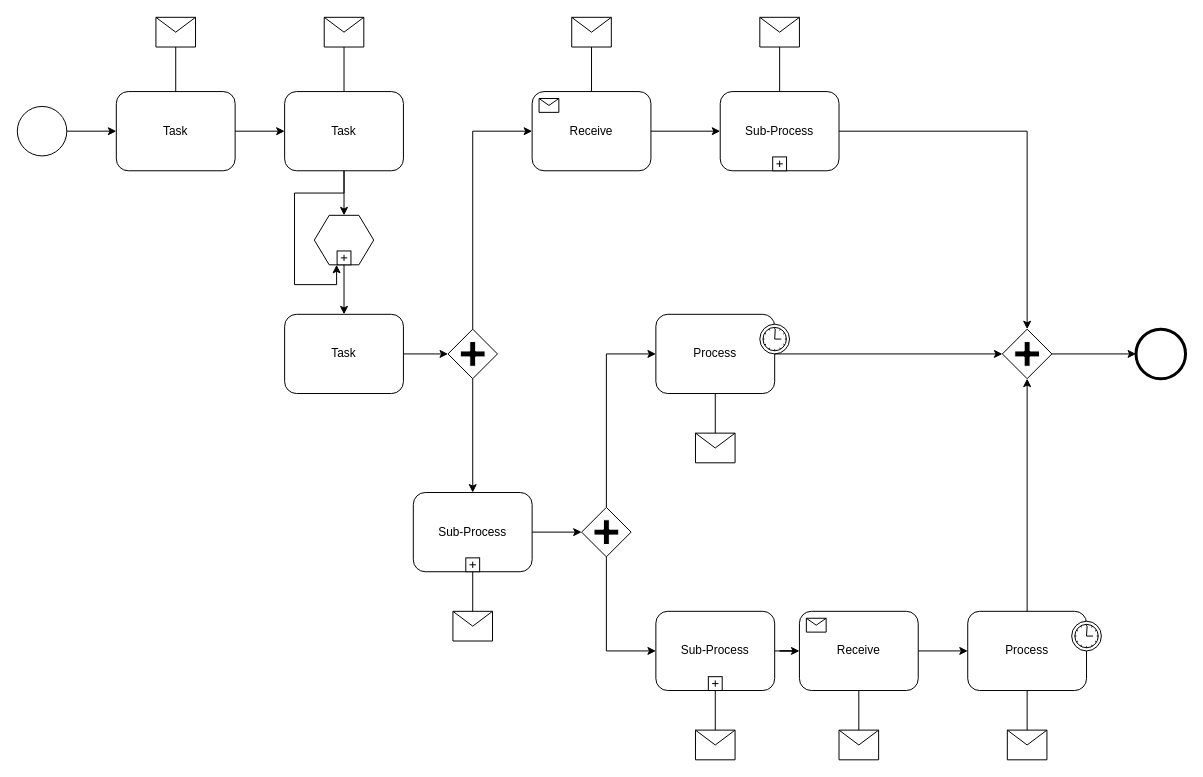
Above: Diagrama sin título.drawio in SebasBR123/SebastianBR (draw.io), before the change. Source tidied: cells renumbered, new cells numbered last; positions are measured from the earlier drawing's top-left corner, leaving out a move shared by most shapes. Both pictures are drawn from the tidied source at 99%, with x=0, y=0 at pixel (17, 17).
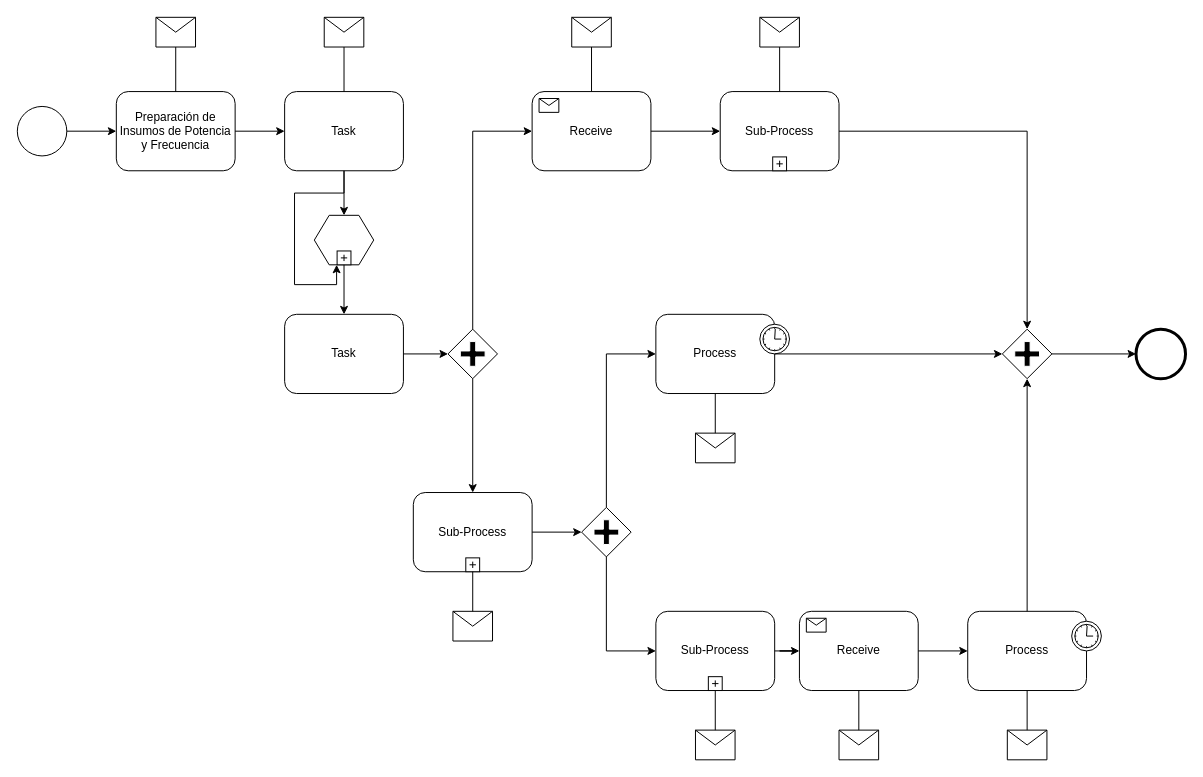
After the change.

Change to the diagram source:
```diff
@@
-    <mxCell id="3" value="Task" style="shape=ext;rounded=1;html=1;whiteSpace=wrap;" parent="1" vertex="1">
+    <mxCell id="3" value="Preparación de Insumos de Potencia y Frecuencia" style="shape=ext;rounded=1;html=1;whiteSpace=wrap;" parent="1" vertex="1">
       <mxGeometry x="100" y="75" width="120" height="80" as="geometry" />
     </mxCell>
```
